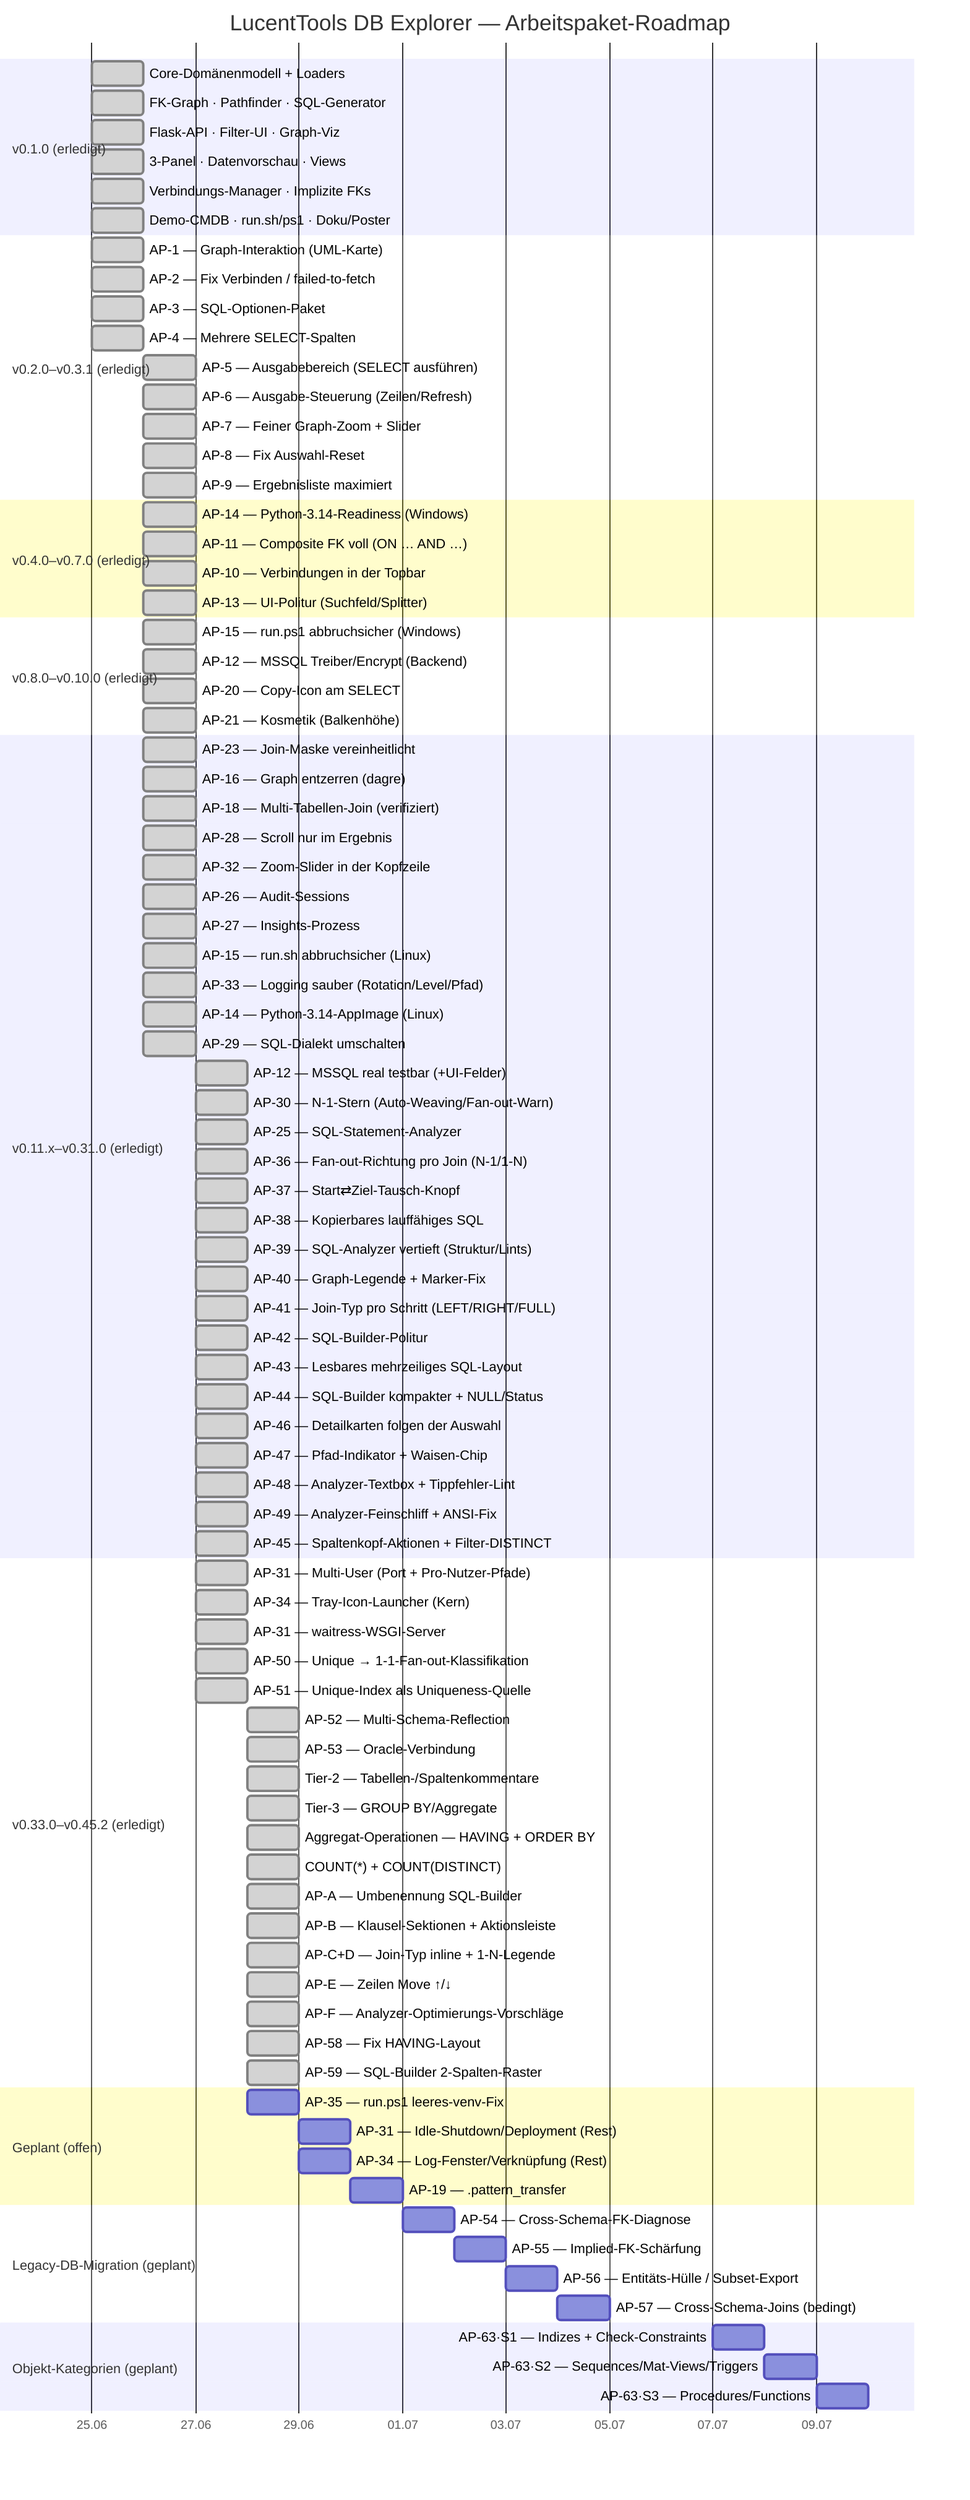
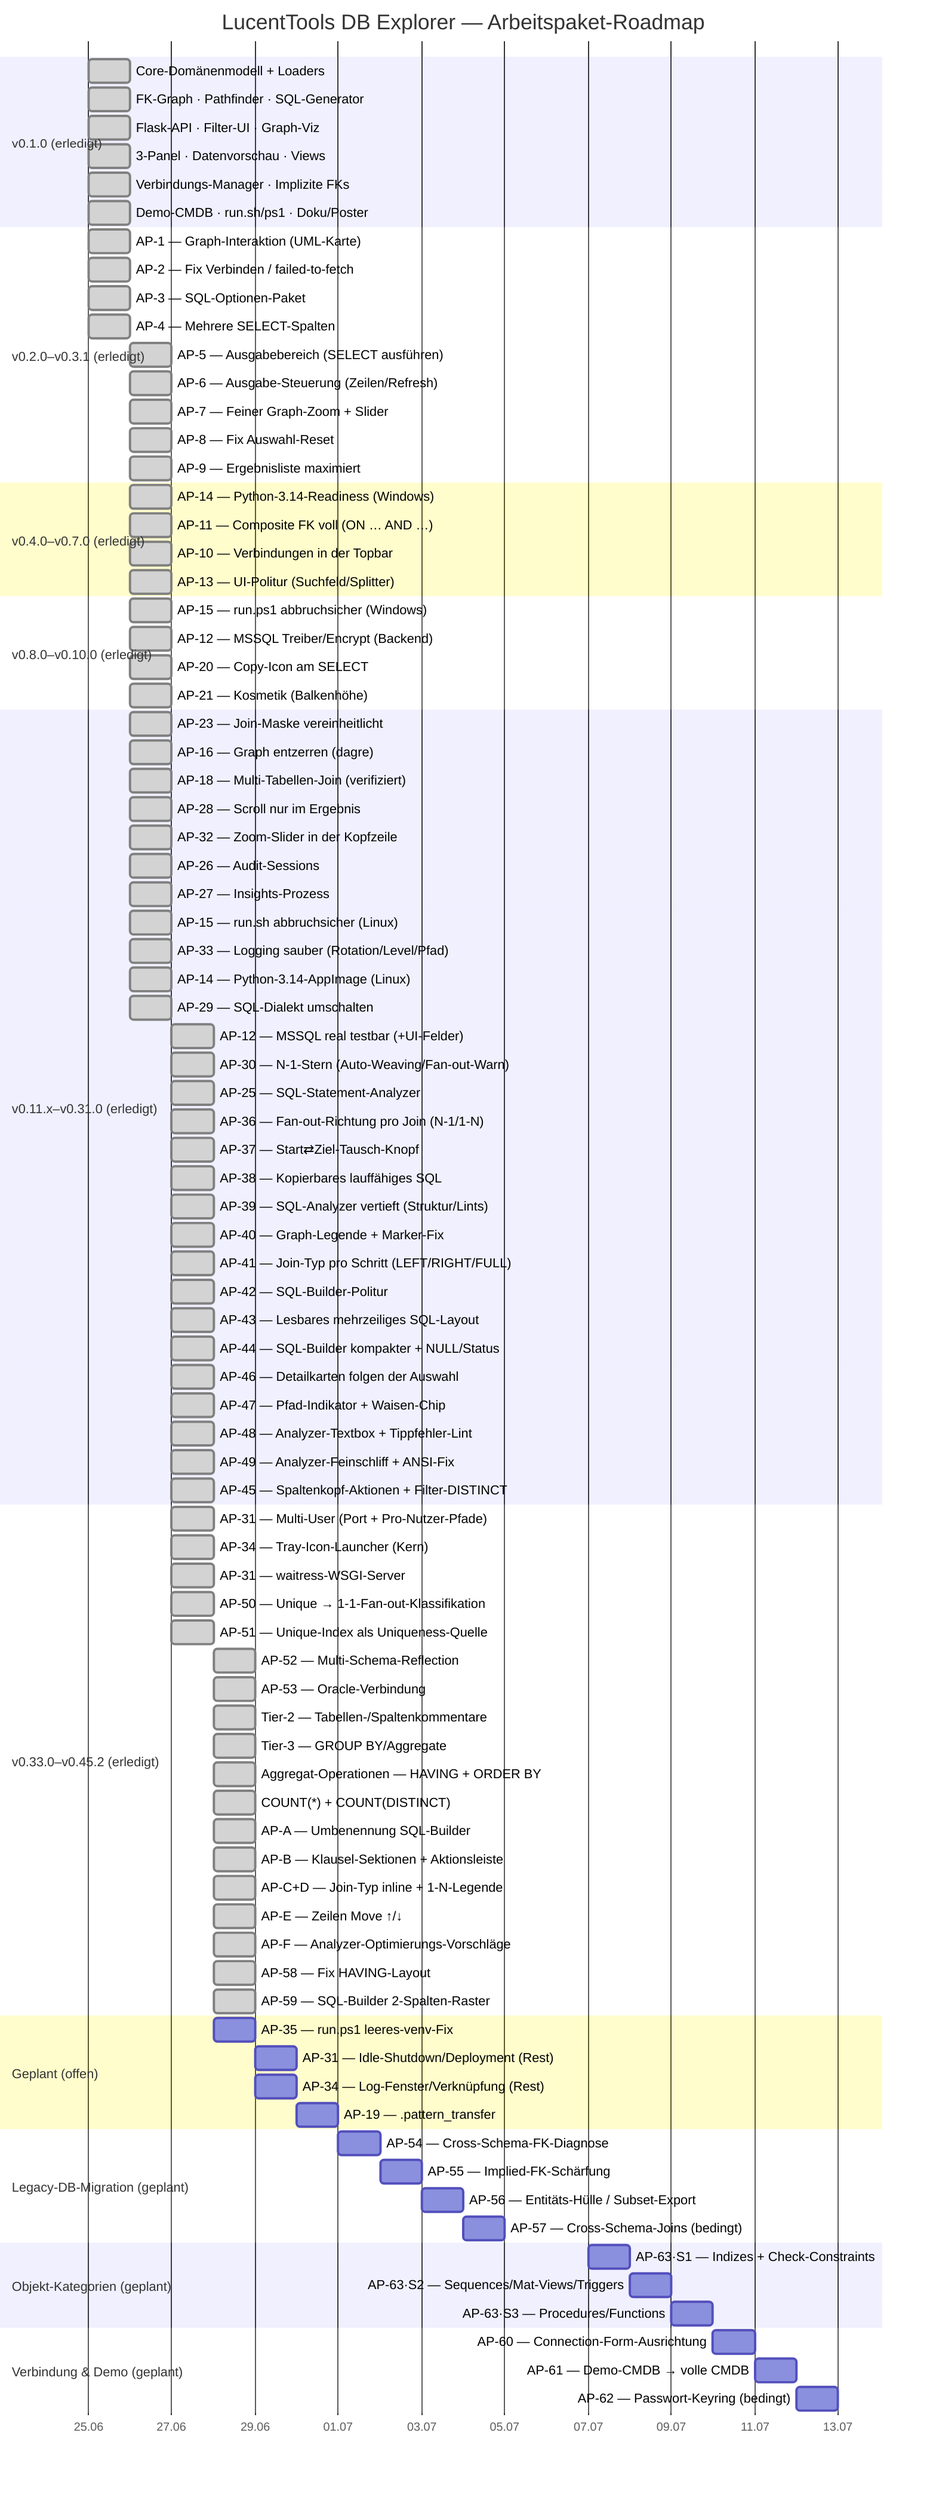
gantt
    title LucentTools DB Explorer — Arbeitspaket-Roadmap
    dateFormat  YYYY-MM-DD
    axisFormat  %d.%m

    section v0.1.0 (erledigt)
    Core-Domänenmodell + Loaders          :done, d1, 2026-06-25, 1d
    FK-Graph · Pathfinder · SQL-Generator :done, d2, 2026-06-25, 1d
    Flask-API · Filter-UI · Graph-Viz     :done, d3, 2026-06-25, 1d
    3-Panel · Datenvorschau · Views       :done, d4, 2026-06-25, 1d
    Verbindungs-Manager · Implizite FKs   :done, d5, 2026-06-25, 1d
    Demo-CMDB · run.sh/ps1 · Doku/Poster  :done, d6, 2026-06-25, 1d

    section v0.2.0–v0.3.1 (erledigt)
    AP-1 — Graph-Interaktion (UML-Karte)        :done, a1, 2026-06-25, 1d
    AP-2 — Fix Verbinden / failed-to-fetch      :done, a2, 2026-06-25, 1d
    AP-3 — SQL-Optionen-Paket                   :done, a3, 2026-06-25, 1d
    AP-4 — Mehrere SELECT-Spalten               :done, a4, 2026-06-25, 1d
    AP-5 — Ausgabebereich (SELECT ausführen)    :done, a5, 2026-06-26, 1d
    AP-6 — Ausgabe-Steuerung (Zeilen/Refresh)   :done, a6, 2026-06-26, 1d
    AP-7 — Feiner Graph-Zoom + Slider           :done, a7, 2026-06-26, 1d
    AP-8 — Fix Auswahl-Reset                    :done, a8, 2026-06-26, 1d
    AP-9 — Ergebnisliste maximiert              :done, a9, 2026-06-26, 1d

    section v0.4.0–v0.7.0 (erledigt)
    AP-14 — Python-3.14-Readiness (Windows)     :done, b1, 2026-06-26, 1d
    AP-11 — Composite FK voll (ON … AND …)      :done, b2, 2026-06-26, 1d
    AP-10 — Verbindungen in der Topbar          :done, b3, 2026-06-26, 1d
    AP-13 — UI-Politur (Suchfeld/Splitter)      :done, b4, 2026-06-26, 1d

    section v0.8.0–v0.10.0 (erledigt)
    AP-15 — run.ps1 abbruchsicher (Windows)     :done, c1, 2026-06-26, 1d
    AP-12 — MSSQL Treiber/Encrypt (Backend)     :done, c2, 2026-06-26, 1d
    AP-20 — Copy-Icon am SELECT                 :done, c3, 2026-06-26, 1d
    AP-21 — Kosmetik (Balkenhöhe)               :done, c4, 2026-06-26, 1d

    section v0.11.x–v0.31.0 (erledigt)
    AP-23 — Join-Maske vereinheitlicht          :done, e1, 2026-06-26, 1d
    AP-16 — Graph entzerren (dagre)             :done, e2, 2026-06-26, 1d
    AP-18 — Multi-Tabellen-Join (verifiziert)   :done, e3, 2026-06-26, 1d
    AP-28 — Scroll nur im Ergebnis              :done, e4, 2026-06-26, 1d
    AP-32 — Zoom-Slider in der Kopfzeile        :done, e5, 2026-06-26, 1d
    AP-26 — Audit-Sessions                      :done, e6, 2026-06-26, 1d
    AP-27 — Insights-Prozess                    :done, e7, 2026-06-26, 1d
    AP-15 — run.sh abbruchsicher (Linux)        :done, e8, 2026-06-26, 1d
    AP-33 — Logging sauber (Rotation/Level/Pfad) :done, e9, 2026-06-26, 1d
    AP-14 — Python-3.14-AppImage (Linux)         :done, e10, 2026-06-26, 1d
    AP-29 — SQL-Dialekt umschalten               :done, e11, 2026-06-26, 1d
    AP-12 — MSSQL real testbar (+UI-Felder)      :done, e12, 2026-06-27, 1d
    AP-30 — N-1-Stern (Auto-Weaving/Fan-out-Warn) :done, e13, 2026-06-27, 1d
    AP-25 — SQL-Statement-Analyzer               :done, e14, 2026-06-27, 1d
    AP-36 — Fan-out-Richtung pro Join (N-1/1-N)  :done, e15, 2026-06-27, 1d
    AP-37 — Start⇄Ziel-Tausch-Knopf              :done, e16, 2026-06-27, 1d
    AP-38 — Kopierbares lauffähiges SQL          :done, e17, 2026-06-27, 1d
    AP-39 — SQL-Analyzer vertieft (Struktur/Lints) :done, e18, 2026-06-27, 1d
    AP-40 — Graph-Legende + Marker-Fix           :done, e19, 2026-06-27, 1d
    AP-41 — Join-Typ pro Schritt (LEFT/RIGHT/FULL) :done, e20, 2026-06-27, 1d
    AP-42 — SQL-Builder-Politur                 :done, e21, 2026-06-27, 1d
    AP-43 — Lesbares mehrzeiliges SQL-Layout      :done, e22, 2026-06-27, 1d
    AP-44 — SQL-Builder kompakter + NULL/Status :done, e23, 2026-06-27, 1d
    AP-46 — Detailkarten folgen der Auswahl       :done, e24, 2026-06-27, 1d
    AP-47 — Pfad-Indikator + Waisen-Chip         :done, e25, 2026-06-27, 1d
    AP-48 — Analyzer-Textbox + Tippfehler-Lint   :done, e26, 2026-06-27, 1d
    AP-49 — Analyzer-Feinschliff + ANSI-Fix       :done, e27, 2026-06-27, 1d
    AP-45 — Spaltenkopf-Aktionen + Filter-DISTINCT :done, e28, 2026-06-27, 1d

    section v0.33.0–v0.45.2 (erledigt)
    AP-31 — Multi-User (Port + Pro-Nutzer-Pfade) :done, f1, 2026-06-27, 1d
    AP-34 — Tray-Icon-Launcher (Kern)            :done, f2, 2026-06-27, 1d
    AP-31 — waitress-WSGI-Server                 :done, f3, 2026-06-27, 1d
    AP-50 — Unique → 1-1-Fan-out-Klassifikation  :done, f4, 2026-06-27, 1d
    AP-51 — Unique-Index als Uniqueness-Quelle   :done, f5, 2026-06-27, 1d
    AP-52 — Multi-Schema-Reflection              :done, f6, 2026-06-28, 1d
    AP-53 — Oracle-Verbindung                    :done, f7, 2026-06-28, 1d
    Tier-2 — Tabellen-/Spaltenkommentare         :done, f8, 2026-06-28, 1d
    Tier-3 — GROUP BY/Aggregate                  :done, f9, 2026-06-28, 1d
    Aggregat-Operationen — HAVING + ORDER BY     :done, f10, 2026-06-28, 1d
    COUNT(*) + COUNT(DISTINCT)                   :done, f11, 2026-06-28, 1d
    AP-A — Umbenennung SQL-Builder               :done, f12, 2026-06-28, 1d
    AP-B — Klausel-Sektionen + Aktionsleiste     :done, f13, 2026-06-28, 1d
    AP-C+D — Join-Typ inline + 1-N-Legende       :done, f14, 2026-06-28, 1d
    AP-E — Zeilen Move ↑/↓                        :done, f15, 2026-06-28, 1d
    AP-F — Analyzer-Optimierungs-Vorschläge      :done, f16, 2026-06-28, 1d
    AP-58 — Fix HAVING-Layout                    :done, f17, 2026-06-28, 1d
    AP-59 — SQL-Builder 2-Spalten-Raster        :done, f18, 2026-06-28, 1d

    section Geplant (offen)
    AP-35 — run.ps1 leeres-venv-Fix             :p3, 2026-06-28, 1d
    AP-31 — Idle-Shutdown/Deployment (Rest)     :p5, 2026-06-29, 1d
    AP-34 — Log-Fenster/Verknüpfung (Rest)      :p6, 2026-06-29, 1d
    AP-19 — .pattern_transfer                   :p11, 2026-06-30, 1d

    section Legacy-DB-Migration (geplant)
    AP-54 — Cross-Schema-FK-Diagnose            :p20, 2026-07-01, 1d
    AP-55 — Implied-FK-Schärfung                :p21, 2026-07-02, 1d
    AP-56 — Entitäts-Hülle / Subset-Export      :p22, 2026-07-03, 1d
    AP-57 — Cross-Schema-Joins (bedingt)        :p23, 2026-07-04, 1d

    section Objekt-Kategorien (geplant)
    AP-63·S1 — Indizes + Check-Constraints      :p30, 2026-07-07, 1d
    AP-63·S2 — Sequences/Mat-Views/Triggers     :p31, 2026-07-08, 1d
    AP-63·S3 — Procedures/Functions             :p32, 2026-07-09, 1d
+ 
+     section Verbindung & Demo (geplant)
+     AP-60 — Connection-Form-Ausrichtung         :p40, 2026-07-10, 1d
+     AP-61 — Demo-CMDB → volle CMDB              :p41, 2026-07-11, 1d
+     AP-62 — Passwort-Keyring (bedingt)          :p42, 2026-07-12, 1d
